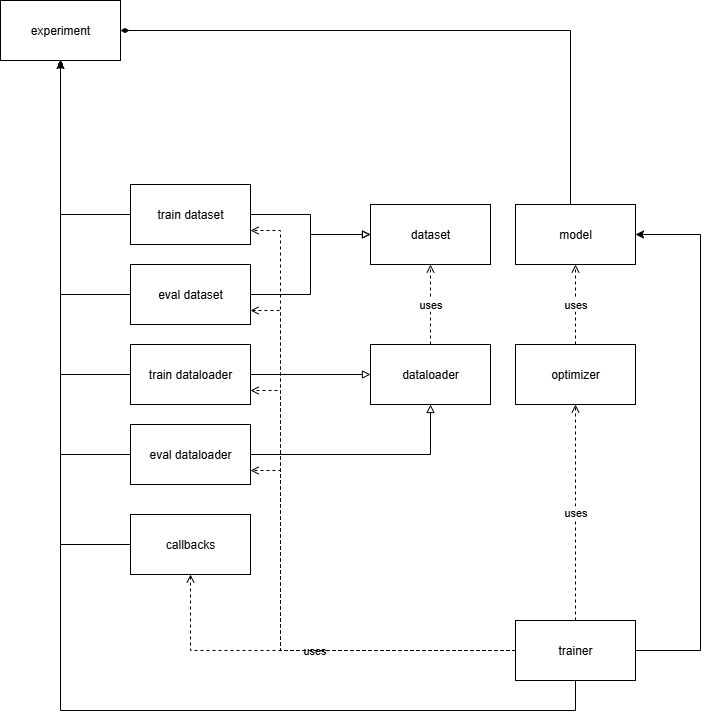
The draw.io diagram docs/diagrams/experiment_block_diagram.drawio.png in loppjp/blocktrain, before a commit. Source tidied: cells renumbered, new cells last; positions are measured from the earlier drawing's top-left corner, leaving out a move shared by most shapes.
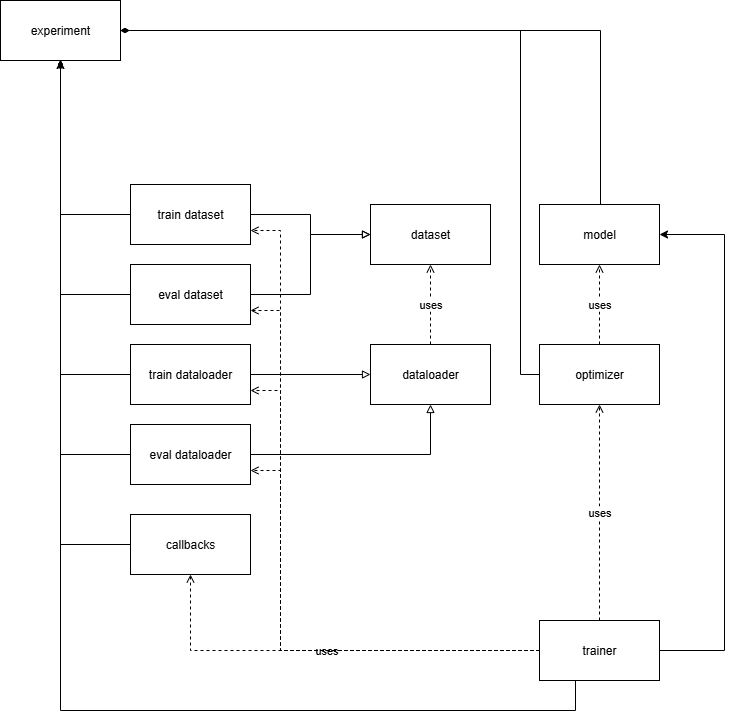
The same file after the commit.

Change to the diagram source:
```diff
@@ -5,18 +5,26 @@
     <mxCell id="2" style="edgeStyle=orthogonalEdgeStyle;rounded=0;jettySize=auto;html=1;endArrow=diamondThin;endFill=1;" parent="1" edge="1" source="3" target="9">
       <mxGeometry relative="1" as="geometry">
         <Array as="points">
-          <mxPoint x="570" y="30" />
+          <mxPoint x="600" y="30" />
         </Array>
       </mxGeometry>
     </mxCell>
     <mxCell id="3" value="model" style="rounded=0;whiteSpace=wrap;html=1;" parent="1" vertex="1">
-      <mxGeometry x="515" y="204" width="120" height="60" as="geometry" />
+      <mxGeometry x="539" y="204" width="120" height="60" as="geometry" />
     </mxCell>
     <mxCell id="4" value="uses" style="edgeStyle=orthogonalEdgeStyle;rounded=0;jettySize=auto;html=1;endArrow=open;endFill=0;dashed=1;" parent="1" edge="1" source="5" target="3">
       <mxGeometry relative="1" as="geometry" />
     </mxCell>
+    <mxCell id="33" style="edgeStyle=orthogonalEdgeStyle;rounded=0;jettySize=auto;html=1;endArrow=diamondThin;endFill=1;" parent="1" edge="1" source="5" target="9">
+      <mxGeometry relative="1" as="geometry">
+        <Array as="points">
+          <mxPoint x="520" y="374" />
+          <mxPoint x="520" y="30" />
+        </Array>
+      </mxGeometry>
+    </mxCell>
     <mxCell id="5" value="optimizer" style="rounded=0;whiteSpace=wrap;html=1;" parent="1" vertex="1">
-      <mxGeometry x="515" y="344" width="120" height="60" as="geometry" />
+      <mxGeometry x="539" y="344" width="120" height="60" as="geometry" />
     </mxCell>
     <mxCell id="6" value="dataloader" style="rounded=0;whiteSpace=wrap;html=1;" parent="1" vertex="1">
       <mxGeometry x="370" y="344" width="120" height="60" as="geometry" />
@@ -78,8 +86,8 @@
     <mxCell id="25" style="edgeStyle=orthogonalEdgeStyle;rounded=0;jettySize=auto;html=1;" parent="1" edge="1" source="32" target="3">
       <mxGeometry relative="1" as="geometry">
         <Array as="points">
-          <mxPoint x="700" y="650" />
-          <mxPoint x="700" y="234" />
+          <mxPoint x="724" y="650" />
+          <mxPoint x="724" y="234" />
         </Array>
       </mxGeometry>
     </mxCell>
@@ -127,7 +135,7 @@
       </mxGeometry>
     </mxCell>
     <mxCell id="32" value="trainer" style="rounded=0;whiteSpace=wrap;html=1;" parent="1" vertex="1">
-      <mxGeometry x="515" y="620" width="120" height="60" as="geometry" />
+      <mxGeometry x="539" y="620" width="120" height="60" as="geometry" />
     </mxCell>
   </root>
 </mxGraphModel>
```
